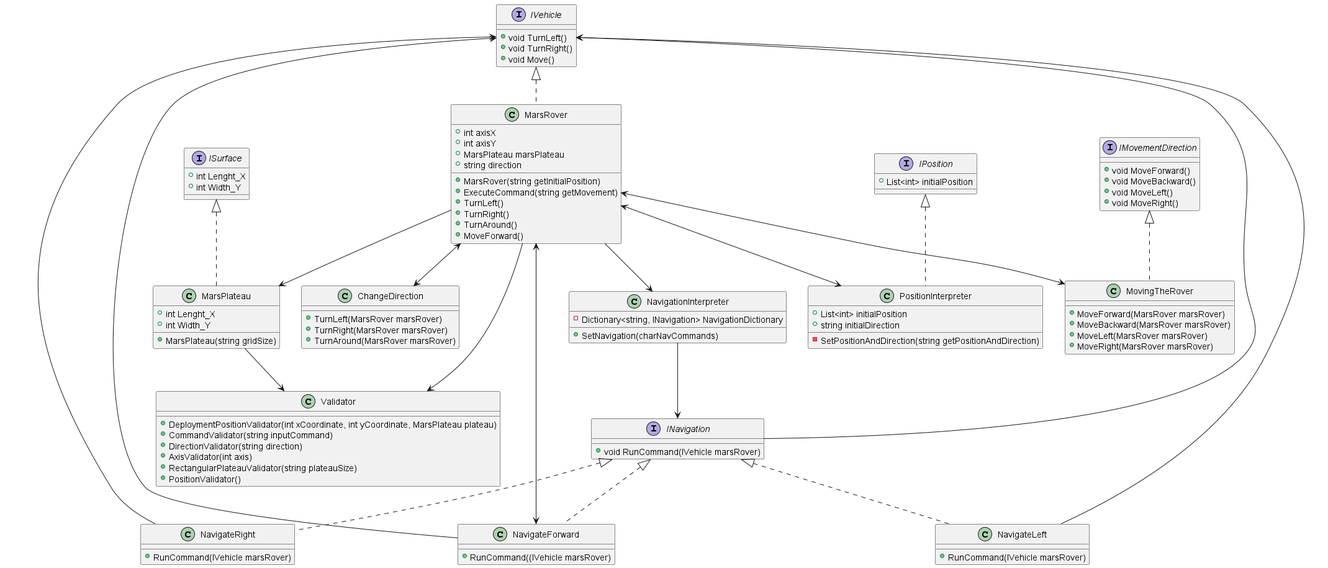
Earlier version of the PlantUML export Mars-Rover-Project/UML-Diagram/MarsRover_Kata_UML.png (vahidkianfar/Mars-Rover-Project).
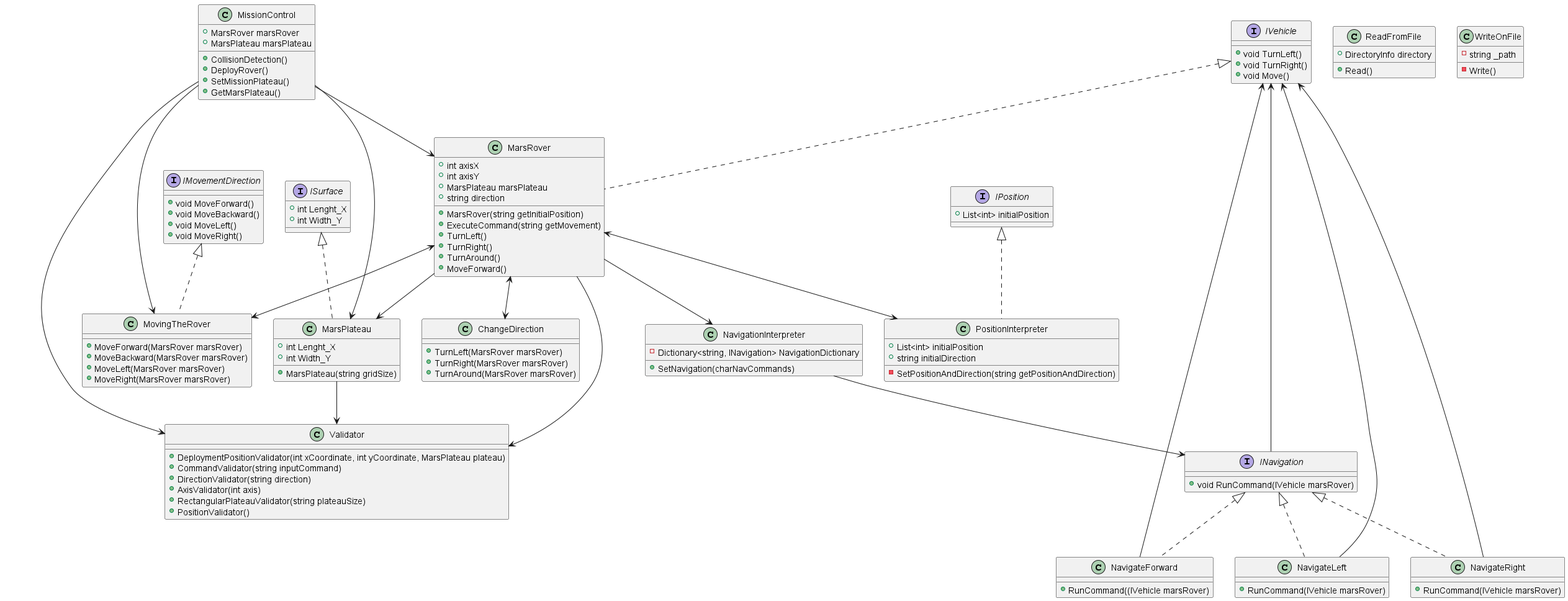
After the commit.

Commit message:
Added Functionality to "MissionControl" class, Updated UML and refactored tests.

Change to the diagram source:
```diff
@@ -43,6 +43,17 @@
 + TurnRight()
 + TurnAround()
 + MoveForward()
+}
+class MissionControl
+{
++ MarsRover marsRover
++ MarsPlateau marsPlateau
+
++ CollisionDetection()
++ DeployRover()
++ SetMissionPlateau()
++ GetMarsPlateau()
+
 }
 class MarsPlateau implements ISurface
 {
@@ -97,10 +108,20 @@
 + RectangularPlateauValidator(string plateauSize)
 + PositionValidator()
 }
+
+class ReadFromFile
+{
++ DirectoryInfo directory
++ Read()
+}
+class WriteOnFile
+{
+- string _path
+- Write()
+}
 INavigation --> IVehicle
 MarsRover <--> ChangeDirection
 MarsRover <--> MovingTheRover
-MarsRover <--> NavigateForward
 MarsRover <--> PositionInterpreter
 MarsRover --> MarsPlateau
 MarsRover --> NavigationInterpreter
@@ -115,5 +136,10 @@
 
 MarsPlateau --> Validator
 
+MissionControl --> MarsRover
+MissionControl --> MarsPlateau
+MissionControl --> Validator
+MissionControl --> MovingTheRover
+
 
 @enduml
```
